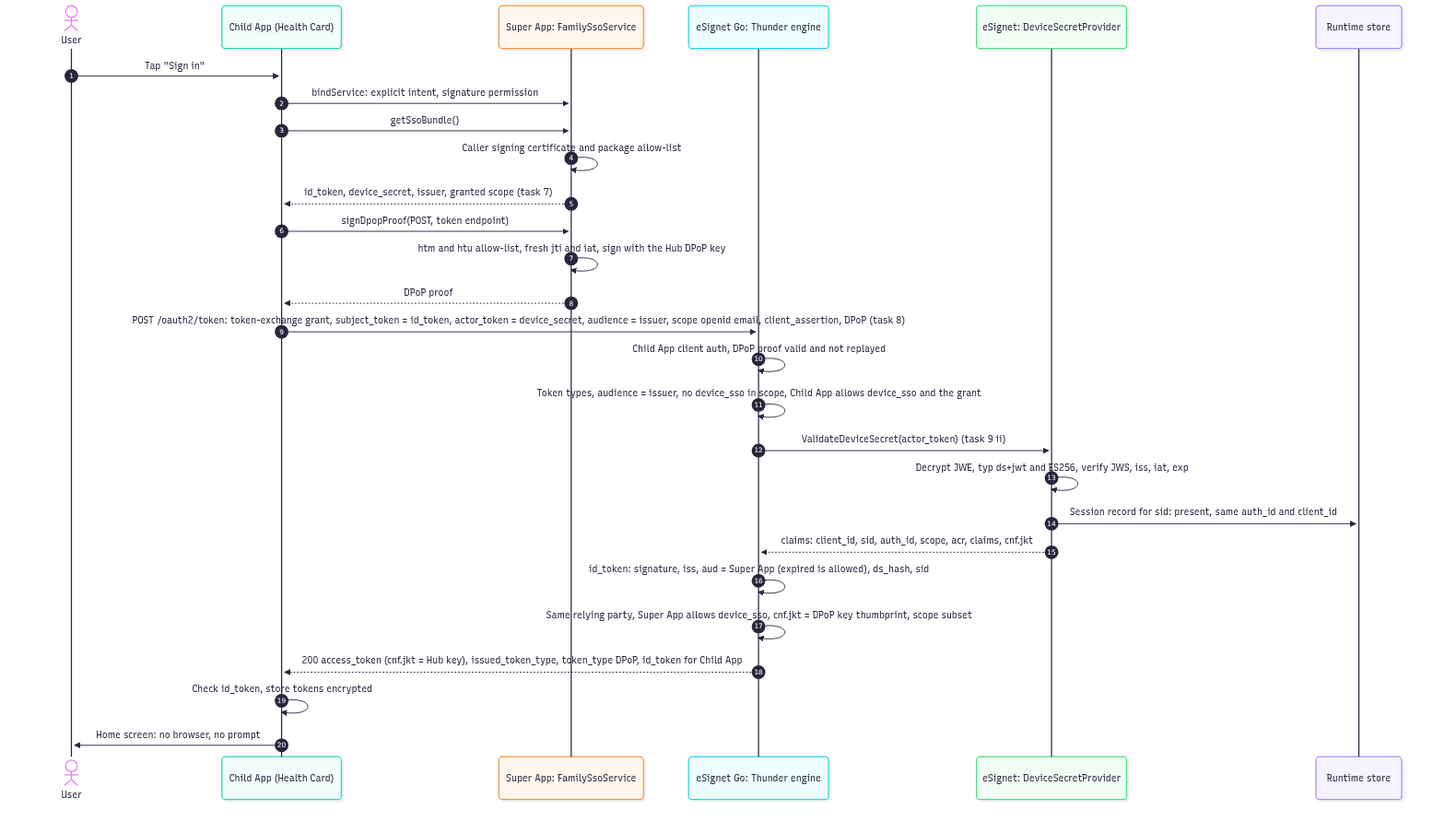
Earlier version of the Mermaid export docs/diagrams/seq-child-app-sso.png (Paradox-73/Enable_Native_SSO_in_eSignet_Go_for_Mobile_Apps). Its source is kept beside it as docs/diagrams/seq-child-app-sso.mmd.
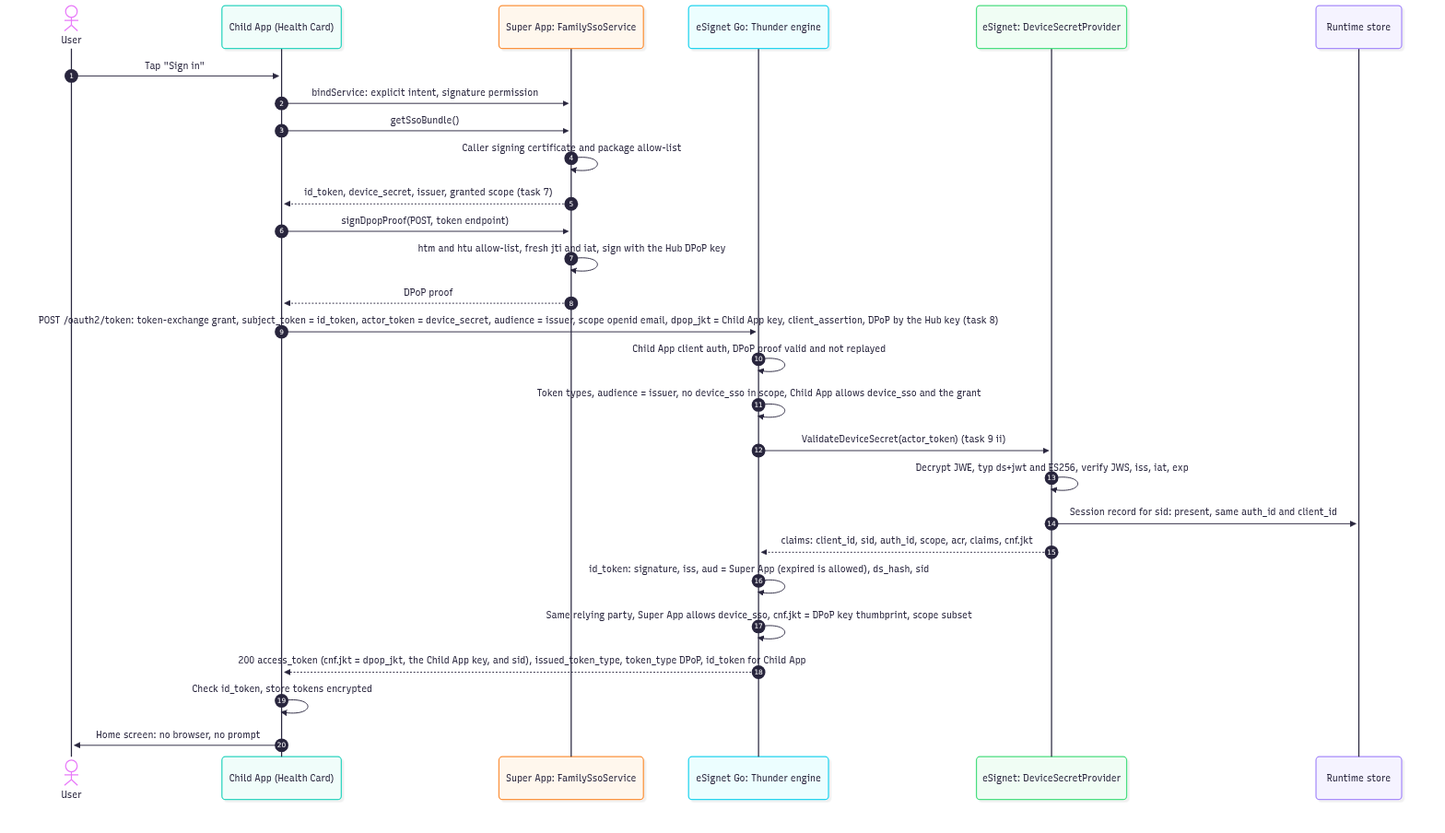
The same diagram one commit later.

Commit message:
docs(diagrams): render the child-app and consent-only sequences again; fix a semicolon that broke the Mermaid parse

Diff of the diagram source:
```diff
@@ -24,6 +24,6 @@
   P-->>T: claims: client_id, sid, auth_id, scope, acr, claims, cnf.jkt
   T->>T: id_token: signature, iss, aud = Super App (expired is allowed), ds_hash, sid
   T->>T: Same relying party, Super App allows device_sso, cnf.jkt = DPoP key thumbprint, scope subset
-  T-->>C: 200 access_token (cnf.jkt = dpop_jkt, the Child App key; sid), issued_token_type, token_type DPoP, id_token for Child App
+  T-->>C: 200 access_token (cnf.jkt = dpop_jkt, the Child App key, and sid), issued_token_type, token_type DPoP, id_token for Child App
   C->>C: Check id_token, store tokens encrypted
   C->>U: Home screen: no browser, no prompt
```
